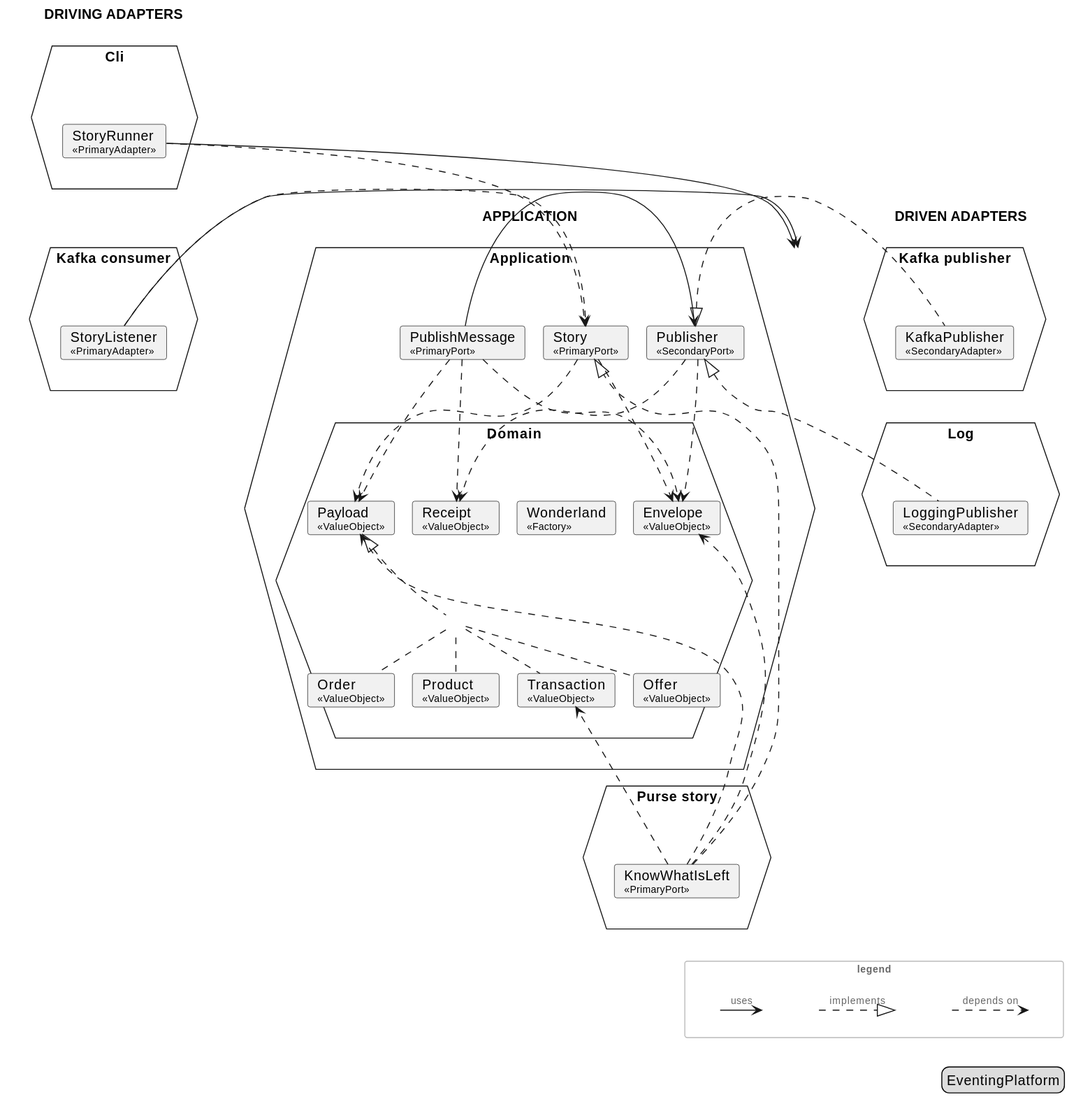
Above: examples/purse/docs/generated/architecture/svg/hexagon.svg in Mathmagicians/confluent-eventing-playground (PlantUML), before the change. The source it was exported from:
```plantuml
@startuml
!pragma layout smetana
skinparam shadowing false
skinparam defaultTextAlignment left
skinparam ranksep 24
skinparam nodesep 24
skinparam ArrowFontSize 10
skinparam ArrowFontColor #666666
<style>
hexagon { HorizontalAlignment center }
rectangle { HorizontalAlignment center }
</style>

rectangle "DRIVING ADAPTERS" as driving #line:transparent {
  hexagon "Cli" as m_Cli {
    rectangle "<size:1> </size>" as m_Cli_in #line:transparent {
      card "StoryRunner\n<size:10>«PrimaryAdapter»</size>" as m_Cli_StoryRunner
    }
  }
  hexagon "Kafka consumer" as m_Kafka_consumer {
    rectangle "<size:1> </size>" as m_Kafka_consumer_in #line:transparent {
      card "StoryListener\n<size:10>«PrimaryAdapter»</size>" as m_Kafka_consumer_StoryListener
    }
  }
  m_Cli_StoryRunner -[hidden]down-> m_Kafka_consumer_StoryListener
}
rectangle "APPLICATION" as core #line:transparent {
  hexagon "Application" as m_Application {
    rectangle "<size:1> </size>" as m_Application_in #line:transparent {
      card "PublishMessage\n<size:10>«PrimaryPort»</size>" as m_Application_PublishMessage
      card "Story\n<size:10>«PrimaryPort»</size>" as m_Application_Story
      card "Publisher\n<size:10>«SecondaryPort»</size>" as m_Application_Publisher
      m_Application_PublishMessage -[hidden]right-> m_Application_Story
      m_Application_Story -[hidden]right-> m_Application_Publisher
      hexagon "Domain" as m_Domain {
        rectangle "<size:1> </size>" as m_Domain_in #line:transparent {
          card "Wonderland\n<size:10>«Factory»</size>" as m_Domain_Wonderland
          card "Envelope\n<size:10>«ValueObject»</size>" as m_Domain_Envelope
          card "Payload\n<size:10>«ValueObject»</size>" as m_Domain_Payload
          card "Offer\n<size:10>«ValueObject»</size>" as m_Domain_Offer
          card "Order\n<size:10>«ValueObject»</size>" as m_Domain_Order
          card "Product\n<size:10>«ValueObject»</size>" as m_Domain_Product
          card "Transaction\n<size:10>«ValueObject»</size>" as m_Domain_Transaction
          label "<size:1> </size>" as m_Domain_Payload_j
          m_Domain_Offer .up. m_Domain_Payload_j
          m_Domain_Order .up. m_Domain_Payload_j
          m_Domain_Product .up. m_Domain_Payload_j
          m_Domain_Transaction .up. m_Domain_Payload_j
          m_Domain_Payload_j .up.|> m_Domain_Payload
          card "Receipt\n<size:10>«ValueObject»</size>" as m_Domain_Receipt
          m_Domain_Wonderland -[hidden]right-> m_Domain_Envelope
          m_Domain_Envelope -[hidden]right-> m_Domain_Payload
          m_Domain_Payload -[hidden]right-> m_Domain_Receipt
          m_Domain_Offer -[hidden]right-> m_Domain_Order
          m_Domain_Order -[hidden]right-> m_Domain_Product
          m_Domain_Product -[hidden]right-> m_Domain_Transaction
          m_Domain_Payload -[hidden]down-> m_Domain_Order
        }
      }
      m_Application_PublishMessage -[hidden]down-> m_Domain_Envelope
      m_Application_Story -[hidden]down-> m_Domain_Envelope
      m_Application_Publisher -[hidden]down-> m_Domain_Envelope
    }
  }
  hexagon "Purse story" as m_Purse_story {
    rectangle "<size:1> </size>" as m_Purse_story_in #line:transparent {
      card "KnowWhatIsLeft\n<size:10>«PrimaryPort»</size>" as m_Purse_story_KnowWhatIsLeft
    }
  }
  m_Domain_Offer -[hidden]down-> m_Purse_story_KnowWhatIsLeft
  m_Domain_Order -[hidden]down-> m_Purse_story_KnowWhatIsLeft
  m_Domain_Product -[hidden]down-> m_Purse_story_KnowWhatIsLeft
  m_Domain_Transaction -[hidden]down-> m_Purse_story_KnowWhatIsLeft
}
rectangle "DRIVEN ADAPTERS" as driven #line:transparent {
  hexagon "Kafka publisher" as m_Kafka_publisher {
    rectangle "<size:1> </size>" as m_Kafka_publisher_in #line:transparent {
      card "KafkaPublisher\n<size:10>«SecondaryAdapter»</size>" as m_Kafka_publisher_KafkaPublisher
    }
  }
  hexagon "Log" as m_Log {
    rectangle "<size:1> </size>" as m_Log_in #line:transparent {
      card "LoggingPublisher\n<size:10>«SecondaryAdapter»</size>" as m_Log_LoggingPublisher
    }
  }
  m_Kafka_publisher_KafkaPublisher -[hidden]down-> m_Log_LoggingPublisher
}

m_Application_PublishMessage -right-> m_Application_Publisher
m_Application_PublishMessage ..> m_Domain_Envelope
m_Application_PublishMessage ..> m_Domain_Payload
m_Application_PublishMessage ..> m_Domain_Receipt
m_Application_Publisher ..> m_Domain_Envelope
m_Application_Publisher ..> m_Domain_Receipt
m_Application_Story ..> m_Domain_Envelope
m_Application_Story ..> m_Domain_Payload
m_Cli_StoryRunner -right-> m_Application
m_Cli_StoryRunner .right.> m_Application_Story
m_Kafka_consumer_StoryListener -right-> m_Application
m_Kafka_consumer_StoryListener .right.> m_Application_Story
m_Kafka_publisher_KafkaPublisher .left.|> m_Application_Publisher
m_Log_LoggingPublisher .left.|> m_Application_Publisher
m_Purse_story_KnowWhatIsLeft ..|> m_Application_Story
m_Purse_story_KnowWhatIsLeft ..> m_Domain_Envelope
m_Purse_story_KnowWhatIsLeft ..> m_Domain_Payload
m_Purse_story_KnowWhatIsLeft ..> m_Domain_Transaction

rectangle "<size:10>legend</size>" as legend #line:BBBBBB;text:666666 {
  label " " as l_uses_from
  label " " as l_uses_to
  l_uses_from -right-> l_uses_to : uses
  label " " as l_implements_from
  label " " as l_implements_to
  l_implements_from .right.|> l_implements_to : implements
  label " " as l_depends_on_from
  label " " as l_depends_on_to
  l_depends_on_from .right.> l_depends_on_to : depends on
  l_uses_to -[hidden]right-> l_implements_from
  l_implements_to -[hidden]right-> l_depends_on_from
}
m_Log_LoggingPublisher -[hidden]down-> l_uses_from
m_Purse_story_KnowWhatIsLeft -[hidden]down-> l_uses_from
legend right
  EventingPlatform
endlegend
@enduml
```
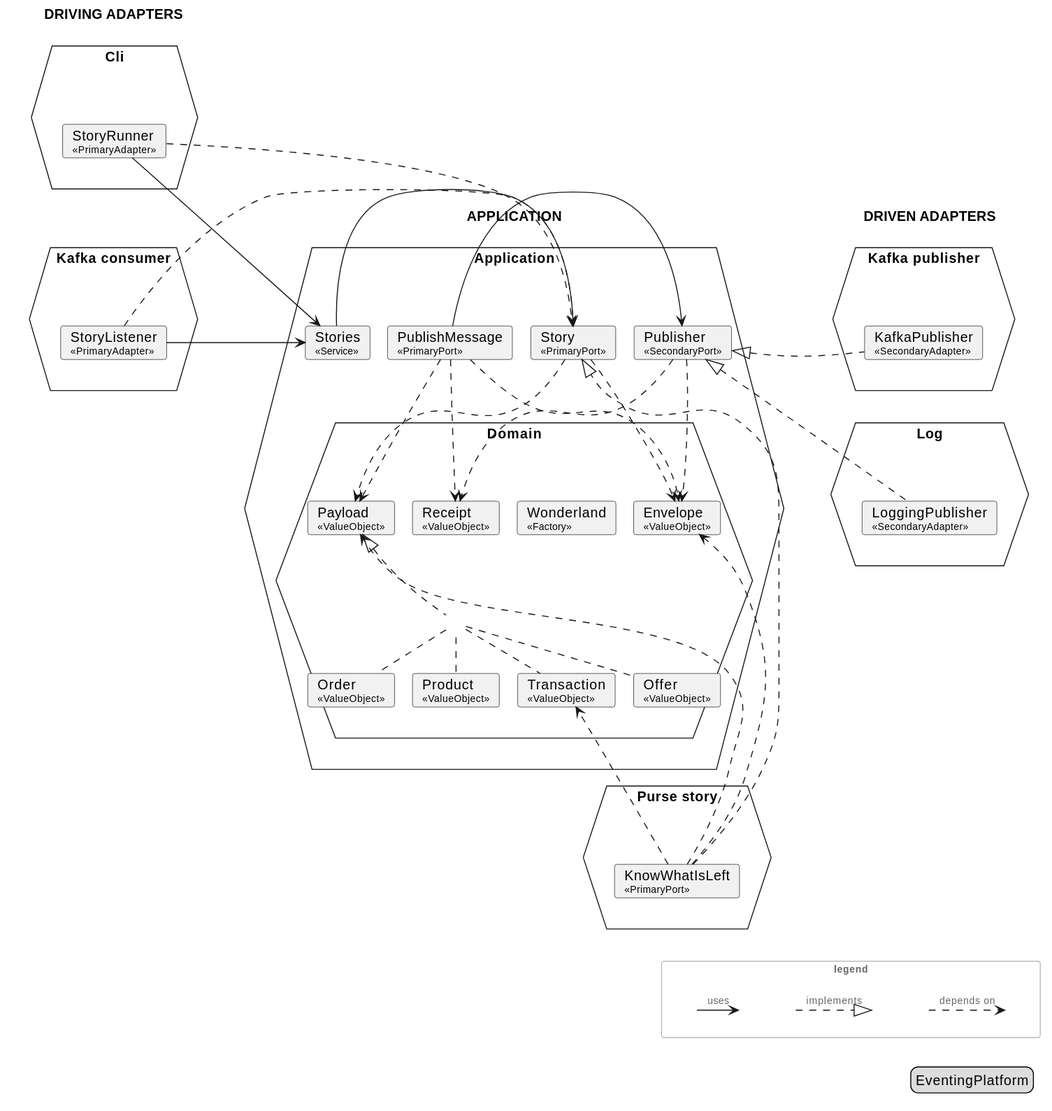
Later version of the same file.

What changed in the source:
```diff
@@ -30,8 +30,10 @@
       card "PublishMessage\n<size:10>«PrimaryPort»</size>" as m_Application_PublishMessage
       card "Story\n<size:10>«PrimaryPort»</size>" as m_Application_Story
       card "Publisher\n<size:10>«SecondaryPort»</size>" as m_Application_Publisher
+      card "Stories\n<size:10>«Service»</size>" as m_Application_Stories
       m_Application_PublishMessage -[hidden]right-> m_Application_Story
       m_Application_Story -[hidden]right-> m_Application_Publisher
+      m_Application_Publisher -[hidden]right-> m_Application_Stories
       hexagon "Domain" as m_Domain {
         rectangle "<size:1> </size>" as m_Domain_in #line:transparent {
           card "Wonderland\n<size:10>«Factory»</size>" as m_Domain_Wonderland
@@ -60,6 +62,7 @@
       m_Application_PublishMessage -[hidden]down-> m_Domain_Envelope
       m_Application_Story -[hidden]down-> m_Domain_Envelope
       m_Application_Publisher -[hidden]down-> m_Domain_Envelope
+      m_Application_Stories -[hidden]down-> m_Domain_Envelope
     }
   }
   hexagon "Purse story" as m_Purse_story {
@@ -92,11 +95,12 @@
 m_Application_PublishMessage ..> m_Domain_Receipt
 m_Application_Publisher ..> m_Domain_Envelope
 m_Application_Publisher ..> m_Domain_Receipt
+m_Application_Stories -right-> m_Application_Story
 m_Application_Story ..> m_Domain_Envelope
 m_Application_Story ..> m_Domain_Payload
-m_Cli_StoryRunner -right-> m_Application
+m_Cli_StoryRunner -right-> m_Application_Stories
 m_Cli_StoryRunner .right.> m_Application_Story
-m_Kafka_consumer_StoryListener -right-> m_Application
+m_Kafka_consumer_StoryListener -right-> m_Application_Stories
 m_Kafka_consumer_StoryListener .right.> m_Application_Story
 m_Kafka_publisher_KafkaPublisher .left.|> m_Application_Publisher
 m_Log_LoggingPublisher .left.|> m_Application_Publisher
```
